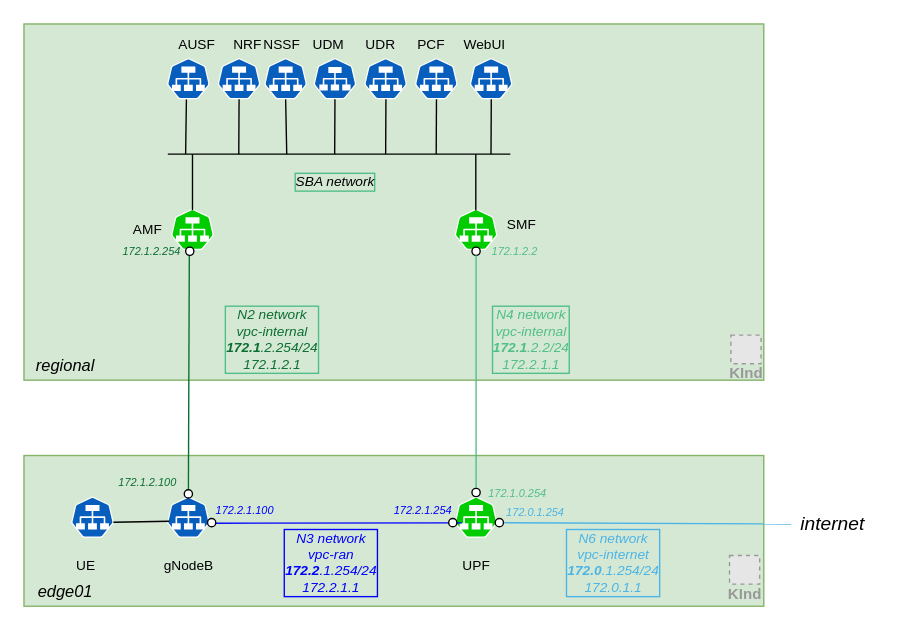
nephio-project/docs keeps this draw.io diagram as user-guide/nephio-R1-5G-network.drawio. Above is the earlier version. Source tidied: cells renumbered, new cells numbered last; positions are measured from the earlier drawing's top-left corner, leaving out a move shared by most shapes. Both pictures are drawn from the tidied source at 137%, with x=0, y=0 at pixel (23, 23). Pictures stored in the file or linked from it are replaced by grey dashed boxes.
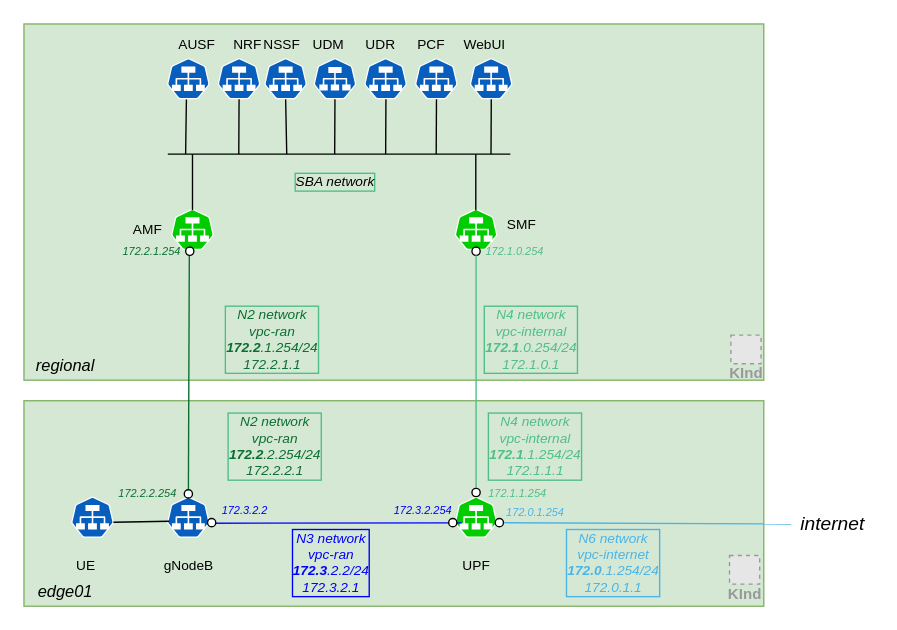
The same page after the edit.

The edit, as a diff of the source:
```diff
@@
     <mxCell id="3" style="whiteSpace=wrap;html=1;shadow=0;fillColor=#d5e8d4;strokeColor=#82b366;" parent="1" vertex="1">
-      <mxGeometry y="315" width="540" height="110" as="geometry" />
+      <mxGeometry y="275" width="540" height="150" as="geometry" />
     </mxCell>
@@
-    <mxCell id="29" value="&lt;div style=&quot;font-size: 10px&quot;&gt;&lt;i style=&quot;font-size: 10px&quot;&gt;N4 network&lt;/i&gt;&lt;/div&gt;&lt;div style=&quot;font-size: 10px&quot;&gt;&lt;i style=&quot;font-size: 10px&quot;&gt;vpc-internal&lt;br style=&quot;font-size: 10px&quot;&gt;&lt;/i&gt;&lt;/div&gt;&lt;div style=&quot;font-size: 10px&quot;&gt;&lt;i style=&quot;font-size: 10px&quot;&gt;&lt;b&gt;172.1&lt;/b&gt;.2.2/24&lt;/i&gt;&lt;/div&gt;&lt;div style=&quot;font-size: 10px&quot;&gt;&lt;i style=&quot;font-size: 10px&quot;&gt;172.2.1.1&lt;br style=&quot;font-size: 10px&quot;&gt;&lt;/i&gt;&lt;/div&gt;" style="text;html=1;align=center;verticalAlign=middle;fillColor=none;strokeColor=none;rounded=0;shadow=0;fontSize=10;labelBackgroundColor=none;labelBorderColor=#50BE87;fontColor=#50BE87;" parent="1" vertex="1">
-      <mxGeometry x="335" y="205" width="70" height="50" as="geometry" />
+    <mxCell id="29" value="&lt;div style=&quot;font-size: 10px&quot;&gt;&lt;i style=&quot;font-size: 10px&quot;&gt;N4 network&lt;/i&gt;&lt;/div&gt;&lt;div style=&quot;font-size: 10px&quot;&gt;&lt;i style=&quot;font-size: 10px&quot;&gt;vpc-internal&lt;br style=&quot;font-size: 10px&quot;&gt;&lt;/i&gt;&lt;/div&gt;&lt;div style=&quot;font-size: 10px&quot;&gt;&lt;i style=&quot;font-size: 10px&quot;&gt;&lt;b&gt;172.1&lt;/b&gt;.0.254/24&lt;/i&gt;&lt;/div&gt;&lt;div style=&quot;font-size: 10px&quot;&gt;&lt;i style=&quot;font-size: 10px&quot;&gt;172.1.0.1&lt;br style=&quot;font-size: 10px&quot;&gt;&lt;/i&gt;&lt;/div&gt;" style="text;html=1;align=center;verticalAlign=middle;fillColor=none;strokeColor=none;rounded=0;shadow=0;fontSize=10;labelBackgroundColor=none;labelBorderColor=#50BE87;fontColor=#50BE87;" parent="1" vertex="1">
+      <mxGeometry x="330" y="205" width="80" height="50" as="geometry" />
     </mxCell>
-    <mxCell id="30" value="&lt;div style=&quot;font-size: 8px;&quot;&gt;&lt;i style=&quot;font-size: 8px;&quot;&gt;172.1.2.2&lt;br style=&quot;font-size: 8px;&quot;&gt;&lt;/i&gt;&lt;/div&gt;" style="text;html=1;align=center;verticalAlign=middle;fillColor=none;strokeColor=none;rounded=0;shadow=0;fontSize=8;fontColor=#50BE87;" parent="1" vertex="1">
-      <mxGeometry x="333" y="155.9" width="50" height="20" as="geometry" />
+    <mxCell id="30" value="&lt;div style=&quot;font-size: 8px&quot;&gt;&lt;i style=&quot;font-size: 8px&quot;&gt;172.1.0.254&lt;br style=&quot;font-size: 8px&quot;&gt;&lt;/i&gt;&lt;/div&gt;" style="text;html=1;align=center;verticalAlign=middle;fillColor=none;strokeColor=none;rounded=0;shadow=0;fontSize=8;fontColor=#50BE87;" parent="1" vertex="1">
+      <mxGeometry x="328" y="155.9" width="60" height="20" as="geometry" />
     </mxCell>
-    <mxCell id="31" value="&lt;div style=&quot;font-size: 8px;&quot;&gt;&lt;i style=&quot;font-size: 8px;&quot;&gt;172.1.0.254&lt;br style=&quot;font-size: 8px;&quot;&gt;&lt;/i&gt;&lt;/div&gt;" style="text;html=1;align=center;verticalAlign=middle;fillColor=none;strokeColor=none;rounded=0;shadow=0;fontSize=8;fontColor=#50BE87;" parent="1" vertex="1">
+    <mxCell id="31" value="&lt;div style=&quot;font-size: 8px&quot;&gt;&lt;i style=&quot;font-size: 8px&quot;&gt;172.1.1.254&lt;br style=&quot;font-size: 8px&quot;&gt;&lt;/i&gt;&lt;/div&gt;" style="text;html=1;align=center;verticalAlign=middle;fillColor=none;strokeColor=none;rounded=0;shadow=0;fontSize=8;fontColor=#50BE87;" parent="1" vertex="1">
       <mxGeometry x="330" y="333" width="60" height="20" as="geometry" />
     </mxCell>
@@
-    <mxCell id="35" value="&lt;div style=&quot;font-size: 10px&quot;&gt;&lt;i style=&quot;font-size: 10px&quot;&gt;N3 network&lt;/i&gt;&lt;/div&gt;&lt;div style=&quot;font-size: 10px&quot;&gt;&lt;i style=&quot;font-size: 10px&quot;&gt;vpc-ran&lt;br style=&quot;font-size: 10px&quot;&gt;&lt;/i&gt;&lt;/div&gt;&lt;div style=&quot;font-size: 10px&quot;&gt;&lt;i style=&quot;font-size: 10px&quot;&gt;&lt;b&gt;172.2&lt;/b&gt;.1.254/24&lt;/i&gt;&lt;/div&gt;&lt;div style=&quot;font-size: 10px&quot;&gt;&lt;i style=&quot;font-size: 10px&quot;&gt;172.2.1.1&lt;br style=&quot;font-size: 10px&quot;&gt;&lt;/i&gt;&lt;/div&gt;" style="text;html=1;align=center;verticalAlign=middle;fillColor=none;strokeColor=none;rounded=0;shadow=0;fontSize=10;labelBorderColor=#0000FF;fontColor=#0000FF;" parent="1" vertex="1">
-      <mxGeometry x="184" y="368" width="80" height="50" as="geometry" />
+    <mxCell id="35" value="&lt;div style=&quot;font-size: 10px&quot;&gt;&lt;i style=&quot;font-size: 10px&quot;&gt;N3 network&lt;/i&gt;&lt;/div&gt;&lt;div style=&quot;font-size: 10px&quot;&gt;&lt;i style=&quot;font-size: 10px&quot;&gt;vpc-ran&lt;br style=&quot;font-size: 10px&quot;&gt;&lt;/i&gt;&lt;/div&gt;&lt;div style=&quot;font-size: 10px&quot;&gt;&lt;i style=&quot;font-size: 10px&quot;&gt;&lt;b&gt;172.3&lt;/b&gt;.2.2/24&lt;/i&gt;&lt;/div&gt;&lt;div style=&quot;font-size: 10px&quot;&gt;&lt;i style=&quot;font-size: 10px&quot;&gt;172.3.2.1&lt;br style=&quot;font-size: 10px&quot;&gt;&lt;/i&gt;&lt;/div&gt;" style="text;html=1;align=center;verticalAlign=middle;fillColor=none;strokeColor=none;rounded=0;shadow=0;fontSize=10;labelBorderColor=#0000FF;fontColor=#0000FF;" parent="1" vertex="1">
+      <mxGeometry x="189" y="368" width="70" height="50" as="geometry" />
     </mxCell>
-    <mxCell id="36" value="&lt;div style=&quot;font-size: 10px&quot;&gt;&lt;i style=&quot;font-size: 10px&quot;&gt;N2 network&lt;/i&gt;&lt;/div&gt;&lt;div style=&quot;font-size: 10px&quot;&gt;&lt;i style=&quot;font-size: 10px&quot;&gt;vpc-internal&lt;br style=&quot;font-size: 10px&quot;&gt;&lt;/i&gt;&lt;/div&gt;&lt;div style=&quot;font-size: 10px&quot;&gt;&lt;i style=&quot;font-size: 10px&quot;&gt;&lt;b&gt;172.1&lt;/b&gt;.2.254/24&lt;/i&gt;&lt;/div&gt;&lt;div style=&quot;font-size: 10px&quot;&gt;&lt;i style=&quot;font-size: 10px&quot;&gt;172.1.2.1&lt;br style=&quot;font-size: 10px&quot;&gt;&lt;/i&gt;&lt;/div&gt;" style="text;html=1;align=center;verticalAlign=middle;fillColor=none;strokeColor=none;rounded=0;shadow=0;fontSize=10;labelBorderColor=#50BE87;fontColor=#0A6E31;" parent="1" vertex="1">
+    <mxCell id="36" value="&lt;div style=&quot;font-size: 10px&quot;&gt;&lt;i style=&quot;font-size: 10px&quot;&gt;N2 network&lt;/i&gt;&lt;/div&gt;&lt;div style=&quot;font-size: 10px&quot;&gt;&lt;i style=&quot;font-size: 10px&quot;&gt;vpc-ran&lt;br style=&quot;font-size: 10px&quot;&gt;&lt;/i&gt;&lt;/div&gt;&lt;div style=&quot;font-size: 10px&quot;&gt;&lt;i style=&quot;font-size: 10px&quot;&gt;&lt;b&gt;172.2&lt;/b&gt;.1.254/24&lt;/i&gt;&lt;/div&gt;&lt;div style=&quot;font-size: 10px&quot;&gt;&lt;i style=&quot;font-size: 10px&quot;&gt;172.2.1.1&lt;br style=&quot;font-size: 10px&quot;&gt;&lt;/i&gt;&lt;/div&gt;" style="text;html=1;align=center;verticalAlign=middle;fillColor=none;strokeColor=none;rounded=0;shadow=0;fontSize=10;labelBorderColor=#50BE87;fontColor=#0A6E31;" parent="1" vertex="1">
       <mxGeometry x="141" y="205" width="80" height="50" as="geometry" />
     </mxCell>
@@
-    <mxCell id="45" value="&lt;div style=&quot;font-size: 8px&quot;&gt;&lt;i style=&quot;font-size: 8px&quot;&gt;172.1.2.254&lt;br style=&quot;font-size: 8px&quot;&gt;&lt;/i&gt;&lt;/div&gt;" style="text;html=1;align=center;verticalAlign=middle;fillColor=none;strokeColor=none;rounded=0;shadow=0;fontSize=8;fontColor=#0A6E31;" parent="1" vertex="1">
+    <mxCell id="45" value="&lt;div style=&quot;font-size: 8px&quot;&gt;&lt;i style=&quot;font-size: 8px&quot;&gt;172.2.1.254&lt;br style=&quot;font-size: 8px&quot;&gt;&lt;/i&gt;&lt;/div&gt;" style="text;html=1;align=center;verticalAlign=middle;fillColor=none;strokeColor=none;rounded=0;shadow=0;fontSize=8;fontColor=#0A6E31;" parent="1" vertex="1">
       <mxGeometry x="63" y="155.9" width="60" height="20" as="geometry" />
     </mxCell>
-    <mxCell id="46" value="&lt;div style=&quot;font-size: 8px&quot;&gt;&lt;i style=&quot;font-size: 8px&quot;&gt;172.1.2.100&lt;br style=&quot;font-size: 8px&quot;&gt;&lt;/i&gt;&lt;/div&gt;" style="text;html=1;align=center;verticalAlign=middle;fillColor=none;strokeColor=none;rounded=0;shadow=0;fontSize=8;fontColor=#0A6E31;" parent="1" vertex="1">
-      <mxGeometry x="60" y="325" width="60" height="20" as="geometry" />
+    <mxCell id="46" value="&lt;div style=&quot;font-size: 8px&quot;&gt;&lt;i style=&quot;font-size: 8px&quot;&gt;172.2.2.254&lt;br style=&quot;font-size: 8px&quot;&gt;&lt;/i&gt;&lt;/div&gt;" style="text;html=1;align=center;verticalAlign=middle;fillColor=none;strokeColor=none;rounded=0;shadow=0;fontSize=8;fontColor=#0A6E31;" parent="1" vertex="1">
+      <mxGeometry x="60" y="333" width="60" height="20" as="geometry" />
     </mxCell>
-    <mxCell id="47" value="&lt;div style=&quot;font-size: 8px&quot;&gt;&lt;i style=&quot;font-size: 8px&quot;&gt;172.2.1.100&lt;br style=&quot;font-size: 8px&quot;&gt;&lt;/i&gt;&lt;/div&gt;" style="text;html=1;align=center;verticalAlign=middle;fillColor=none;strokeColor=none;rounded=0;shadow=0;fontSize=8;fontColor=#0000FF;" parent="1" vertex="1">
-      <mxGeometry x="131" y="345" width="60" height="20" as="geometry" />
+    <mxCell id="47" value="&lt;div style=&quot;font-size: 8px&quot;&gt;&lt;i style=&quot;font-size: 8px&quot;&gt;172.3.2.2&lt;/i&gt;&lt;/div&gt;" style="text;html=1;align=center;verticalAlign=middle;fillColor=none;strokeColor=none;rounded=0;shadow=0;fontSize=8;fontColor=#0000FF;" parent="1" vertex="1">
+      <mxGeometry x="136" y="345" width="50" height="20" as="geometry" />
     </mxCell>
-    <mxCell id="48" value="&lt;div style=&quot;font-size: 8px&quot;&gt;&lt;i style=&quot;font-size: 8px&quot;&gt;172.2.1.254&lt;br style=&quot;font-size: 8px&quot;&gt;&lt;/i&gt;&lt;/div&gt;" style="text;html=1;align=center;verticalAlign=middle;points=[];fillColor=none;strokeColor=none;rounded=0;shadow=0;fontSize=8;fontColor=#0000FF;" parent="1" vertex="1">
+    <mxCell id="48" value="&lt;div style=&quot;font-size: 8px&quot;&gt;&lt;i style=&quot;font-size: 8px&quot;&gt;172.3.2.254&lt;br style=&quot;font-size: 8px&quot;&gt;&lt;/i&gt;&lt;/div&gt;" style="text;html=1;align=center;verticalAlign=middle;points=[];fillColor=none;strokeColor=none;rounded=0;shadow=0;fontSize=8;fontColor=#0000FF;" parent="1" vertex="1">
       <mxGeometry x="261" y="345" width="60" height="20" as="geometry" />
     </mxCell>
@@
+    <mxCell id="70" value="&lt;div style=&quot;font-size: 10px&quot;&gt;&lt;i style=&quot;font-size: 10px&quot;&gt;N4 network&lt;/i&gt;&lt;/div&gt;&lt;div style=&quot;font-size: 10px&quot;&gt;&lt;i style=&quot;font-size: 10px&quot;&gt;vpc-internal&lt;br style=&quot;font-size: 10px&quot;&gt;&lt;/i&gt;&lt;/div&gt;&lt;div style=&quot;font-size: 10px&quot;&gt;&lt;i style=&quot;font-size: 10px&quot;&gt;&lt;b&gt;172.1&lt;/b&gt;.1.254/24&lt;/i&gt;&lt;/div&gt;&lt;div style=&quot;font-size: 10px&quot;&gt;&lt;i style=&quot;font-size: 10px&quot;&gt;172.1.1.1&lt;br style=&quot;font-size: 10px&quot;&gt;&lt;/i&gt;&lt;/div&gt;" style="text;html=1;align=center;verticalAlign=middle;fillColor=none;strokeColor=none;rounded=0;shadow=0;fontSize=10;labelBackgroundColor=none;labelBorderColor=#50BE87;fontColor=#50BE87;" parent="1" vertex="1">
+      <mxGeometry x="333" y="283" width="80" height="50" as="geometry" />
+    </mxCell>
+    <mxCell id="71" value="&lt;div style=&quot;font-size: 10px&quot;&gt;&lt;i style=&quot;font-size: 10px&quot;&gt;N2 network&lt;/i&gt;&lt;/div&gt;&lt;div style=&quot;font-size: 10px&quot;&gt;&lt;i style=&quot;font-size: 10px&quot;&gt;vpc-ran&lt;br style=&quot;font-size: 10px&quot;&gt;&lt;/i&gt;&lt;/div&gt;&lt;div style=&quot;font-size: 10px&quot;&gt;&lt;i style=&quot;font-size: 10px&quot;&gt;&lt;b&gt;172.2&lt;/b&gt;.2.254/24&lt;/i&gt;&lt;/div&gt;&lt;div style=&quot;font-size: 10px&quot;&gt;&lt;i style=&quot;font-size: 10px&quot;&gt;172.2.2.1&lt;br style=&quot;font-size: 10px&quot;&gt;&lt;/i&gt;&lt;/div&gt;" style="text;html=1;align=center;verticalAlign=middle;fillColor=none;strokeColor=none;rounded=0;shadow=0;fontSize=10;labelBorderColor=#50BE87;fontColor=#0A6E31;" parent="1" vertex="1">
+      <mxGeometry x="143" y="283" width="80" height="50" as="geometry" />
+    </mxCell>
```
